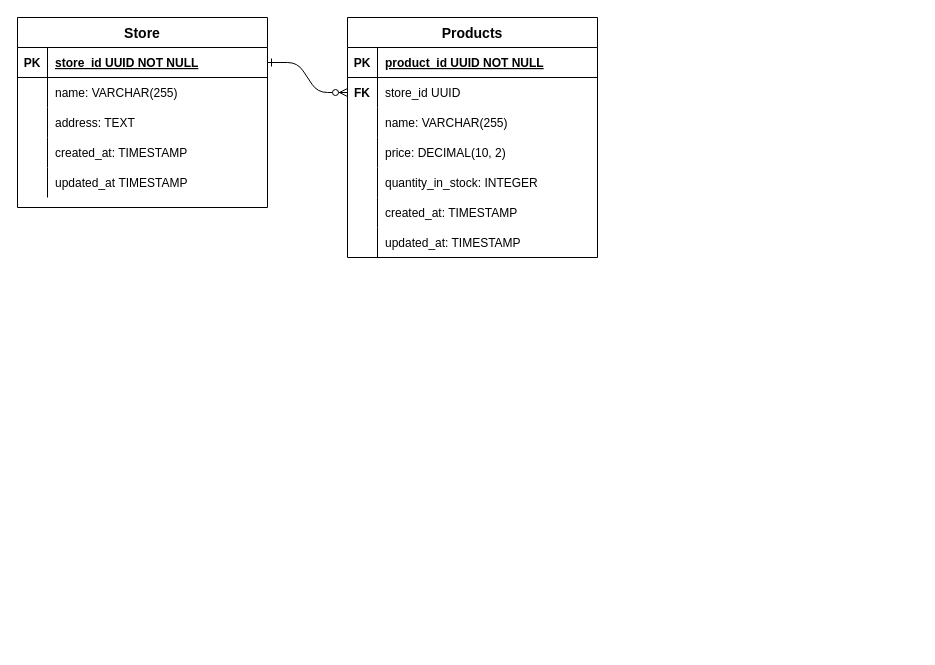
This is Quick Commerce platform Schema.drawio from geeky-sanjay/class-diagrams, a draw.io file, before an edit. Source tidied: cells renumbered, new cells numbered last; positions are measured from the earlier drawing's top-left corner, leaving out a move shared by most shapes. Both pictures are drawn from the tidied source at 100%, with x=0, y=0 at pixel (17, 17).
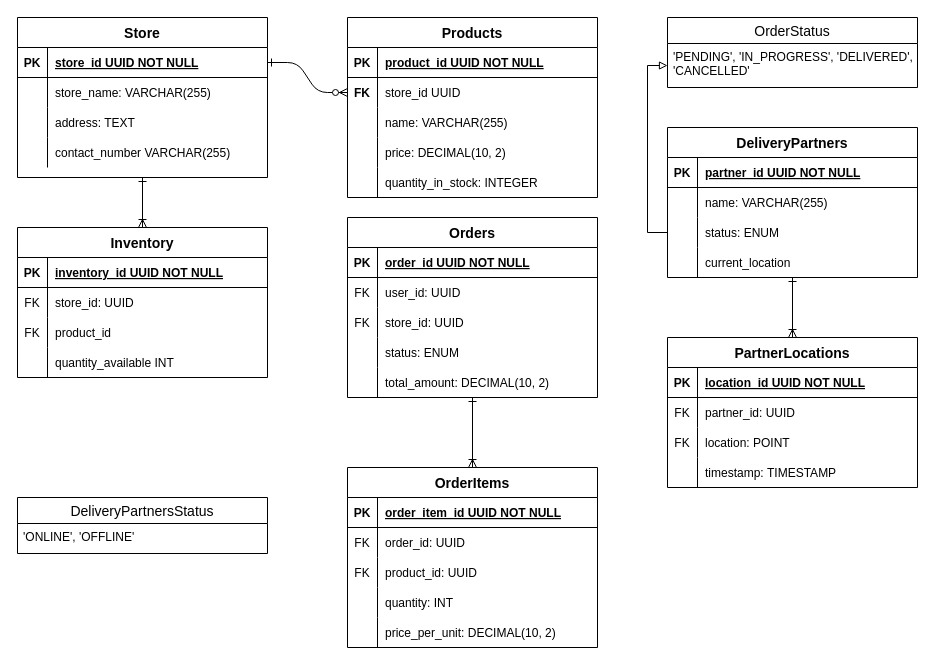
The same diagram, later.

The change refers to these unchanged cells:
```xml
<mxCell id="29" style="shape=partialRectangle;fillColor=none;top=0;left=0;right=0;bottom=0;" parent="25" vertex="1">
  <mxGeometry y="60" width="250" height="30" as="geometry" />
</mxCell>
<mxCell id="35" style="shape=partialRectangle;fillColor=none;top=0;left=0;right=0;bottom=0;" parent="25" vertex="1">
  <mxGeometry y="120" width="250" height="30" as="geometry" />
</mxCell>
```

The edit, as a diff of the source:
```diff
@@
     <mxCell id="3" value="Products " style="shape=table;startSize=30;childLayout=tableLayout;rowLines=0;fontStyle=1;align=center;fontSize=14;" parent="1" vertex="1">
-      <mxGeometry x="330" width="250" height="240" as="geometry" />
+      <mxGeometry x="330" width="250" height="180" as="geometry" />
     </mxCell>
@@
-    <mxCell id="19" style="shape=partialRectangle;fillColor=none;top=0;left=0;right=0;bottom=0;" parent="3" vertex="1">
-      <mxGeometry y="180" width="250" height="30" as="geometry" />
-    </mxCell>
-    <mxCell id="20" style="shape=partialRectangle;overflow=hidden;fillColor=none;top=0;left=0;bottom=0;right=0;" parent="19" vertex="1">
-      <mxGeometry width="30" height="30" as="geometry" />
-    </mxCell>
-    <mxCell id="21" value="created_at: TIMESTAMP" style="shape=partialRectangle;overflow=hidden;fillColor=none;top=0;left=0;bottom=0;right=0;align=left;spacingLeft=6;" parent="19" vertex="1">
-      <mxGeometry x="30" width="220" height="30" as="geometry" />
-    </mxCell>
-    <mxCell id="22" style="shape=partialRectangle;fillColor=none;top=0;left=0;right=0;bottom=0;" parent="3" vertex="1">
-      <mxGeometry y="210" width="250" height="30" as="geometry" />
-    </mxCell>
-    <mxCell id="23" style="shape=partialRectangle;overflow=hidden;fillColor=none;top=0;left=0;bottom=0;right=0;" parent="22" vertex="1">
-      <mxGeometry width="30" height="30" as="geometry" />
-    </mxCell>
-    <mxCell id="24" value="updated_at: TIMESTAMP" style="shape=partialRectangle;overflow=hidden;fillColor=none;top=0;left=0;bottom=0;right=0;align=left;spacingLeft=6;" parent="22" vertex="1">
-      <mxGeometry x="30" width="220" height="30" as="geometry" />
-    </mxCell>
+    <mxCell id="41" style="edgeStyle=orthogonalEdgeStyle;rounded=0;jettySize=auto;html=1;exitX=0.5;exitY=1;exitDx=0;exitDy=0;endArrow=ERoneToMany;endFill=0;startArrow=ERone;startFill=0;" parent="1" edge="1" source="25" target="106">
+      <mxGeometry relative="1" as="geometry" />
+    </mxCell>
     <mxCell id="25" value="Store" style="shape=table;startSize=30;childLayout=tableLayout;rowLines=0;fontStyle=1;align=center;fontSize=14;" parent="1" vertex="1">
-      <mxGeometry width="250" height="190" as="geometry" />
+      <mxGeometry width="250" height="160" as="geometry" />
     </mxCell>
@@
-    <mxCell id="31" value="name: VARCHAR(255)" style="shape=partialRectangle;overflow=hidden;fillColor=none;top=0;left=0;bottom=0;right=0;align=left;spacingLeft=6;" parent="29" vertex="1">
+    <mxCell id="31" value="store_name: VARCHAR(255)" style="shape=partialRectangle;overflow=hidden;fillColor=none;top=0;left=0;bottom=0;right=0;align=left;spacingLeft=6;" parent="29" vertex="1">
       <mxGeometry x="30" width="220" height="30" as="geometry" />
     </mxCell>
@@
-    <mxCell id="37" value="created_at: TIMESTAMP" style="shape=partialRectangle;overflow=hidden;fillColor=none;top=0;left=0;bottom=0;right=0;align=left;spacingLeft=6;" parent="35" vertex="1">
+    <mxCell id="37" value="contact_number VARCHAR(255)" style="shape=partialRectangle;overflow=hidden;fillColor=none;top=0;left=0;bottom=0;right=0;align=left;spacingLeft=6;" parent="35" vertex="1">
       <mxGeometry x="30" width="220" height="30" as="geometry" />
     </mxCell>
-    <mxCell id="38" style="shape=partialRectangle;fillColor=none;top=0;left=0;right=0;bottom=0;" parent="25" vertex="1">
-      <mxGeometry y="150" width="250" height="30" as="geometry" />
-    </mxCell>
-    <mxCell id="39" style="shape=partialRectangle;overflow=hidden;fillColor=none;top=0;left=0;bottom=0;right=0;" parent="38" vertex="1">
-      <mxGeometry width="30" height="30" as="geometry" />
-    </mxCell>
-    <mxCell id="40" value="updated_at TIMESTAMP" style="shape=partialRectangle;overflow=hidden;fillColor=none;top=0;left=0;bottom=0;right=0;align=left;spacingLeft=6;" parent="38" vertex="1">
-      <mxGeometry x="30" width="220" height="30" as="geometry" />
-    </mxCell>
+    <mxCell id="42" style="edgeStyle=orthogonalEdgeStyle;rounded=0;jettySize=auto;html=1;entryX=0.5;entryY=0;entryDx=0;entryDy=0;endArrow=ERoneToMany;endFill=0;startArrow=ERone;startFill=0;" parent="1" edge="1" source="43" target="93">
+      <mxGeometry relative="1" as="geometry" />
+    </mxCell>
+    <mxCell id="43" value="DeliveryPartners  " style="shape=table;startSize=30;childLayout=tableLayout;rowLines=0;fontStyle=1;align=center;fontSize=14;" parent="1" vertex="1">
+      <mxGeometry x="650" y="110" width="250" height="150" as="geometry" />
+    </mxCell>
+    <mxCell id="44" style="shape=partialRectangle;fillColor=none;top=0;left=0;right=0;bottom=1;" parent="43" vertex="1">
+      <mxGeometry y="30" width="250" height="30" as="geometry" />
+    </mxCell>
+    <mxCell id="45" value="PK" style="shape=partialRectangle;overflow=hidden;fillColor=none;top=0;left=0;bottom=0;right=0;fontStyle=1;" parent="44" vertex="1">
+      <mxGeometry width="30" height="30" as="geometry" />
+    </mxCell>
+    <mxCell id="46" value="partner_id UUID NOT NULL " style="shape=partialRectangle;overflow=hidden;fillColor=none;top=0;left=0;bottom=0;right=0;align=left;spacingLeft=6;fontStyle=5;" parent="44" vertex="1">
+      <mxGeometry x="30" width="220" height="30" as="geometry" />
+    </mxCell>
+    <mxCell id="47" style="shape=partialRectangle;fillColor=none;top=0;left=0;right=0;bottom=0;" parent="43" vertex="1">
+      <mxGeometry y="60" width="250" height="30" as="geometry" />
+    </mxCell>
+    <mxCell id="48" style="shape=partialRectangle;overflow=hidden;fillColor=none;top=0;left=0;bottom=0;right=0;" parent="47" vertex="1">
+      <mxGeometry width="30" height="30" as="geometry" />
+    </mxCell>
+    <mxCell id="49" value="name: VARCHAR(255)" style="shape=partialRectangle;overflow=hidden;fillColor=none;top=0;left=0;bottom=0;right=0;align=left;spacingLeft=6;" parent="47" vertex="1">
+      <mxGeometry x="30" width="220" height="30" as="geometry" />
+    </mxCell>
+    <mxCell id="50" style="shape=partialRectangle;fillColor=none;points=[[0,0.5],[1,0.5]];portConstraint=eastwest;top=0;left=0;right=0;bottom=0;" parent="43" vertex="1">
+      <mxGeometry y="90" width="250" height="30" as="geometry" />
+    </mxCell>
+    <mxCell id="51" style="shape=partialRectangle;overflow=hidden;fillColor=none;top=0;left=0;bottom=0;right=0;" parent="50" vertex="1">
+      <mxGeometry width="30" height="30" as="geometry" />
+    </mxCell>
+    <mxCell id="52" value="status: ENUM" style="shape=partialRectangle;overflow=hidden;fillColor=none;top=0;left=0;bottom=0;right=0;align=left;spacingLeft=6;" parent="50" vertex="1">
+      <mxGeometry x="30" width="220" height="30" as="geometry" />
+    </mxCell>
+    <mxCell id="53" style="shape=partialRectangle;fillColor=none;top=0;left=0;right=0;bottom=0;" parent="43" vertex="1">
+      <mxGeometry y="120" width="250" height="30" as="geometry" />
+    </mxCell>
+    <mxCell id="54" style="shape=partialRectangle;overflow=hidden;fillColor=none;top=0;left=0;bottom=0;right=0;" parent="53" vertex="1">
+      <mxGeometry width="30" height="30" as="geometry" />
+    </mxCell>
+    <mxCell id="55" value="current_location" style="shape=partialRectangle;overflow=hidden;fillColor=none;top=0;left=0;bottom=0;right=0;align=left;spacingLeft=6;" parent="53" vertex="1">
+      <mxGeometry x="30" width="220" height="30" as="geometry" />
+    </mxCell>
+    <mxCell id="56" value="DeliveryPartnersStatus" style="swimlane;fontStyle=0;horizontal=1;startSize=26;align=center;fontSize=14;" parent="1" vertex="1">
+      <mxGeometry y="480" width="250" height="56" as="geometry" />
+    </mxCell>
+    <mxCell id="57" value="'ONLINE', 'OFFLINE'" style="text;strokeColor=none;fillColor=none;spacingLeft=4;spacingRight=4;overflow=hidden;fontSize=12;whiteSpace=wrap;html=1;" parent="56" vertex="1">
+      <mxGeometry y="26" width="250" height="30" as="geometry" />
+    </mxCell>
+    <mxCell id="58" style="edgeStyle=orthogonalEdgeStyle;rounded=0;jettySize=auto;html=1;entryX=0.5;entryY=0;entryDx=0;entryDy=0;endArrow=ERoneToMany;endFill=0;startArrow=ERone;startFill=0;" parent="1" edge="1" source="59" target="77">
+      <mxGeometry relative="1" as="geometry" />
+    </mxCell>
+    <mxCell id="59" value="Orders   " style="shape=table;startSize=30;childLayout=tableLayout;rowLines=0;fontStyle=1;align=center;fontSize=14;" parent="1" vertex="1">
+      <mxGeometry x="330" y="200" width="250" height="180" as="geometry" />
+    </mxCell>
+    <mxCell id="60" style="shape=partialRectangle;fillColor=none;top=0;left=0;right=0;bottom=1;" parent="59" vertex="1">
+      <mxGeometry y="30" width="250" height="30" as="geometry" />
+    </mxCell>
+    <mxCell id="61" value="PK" style="shape=partialRectangle;overflow=hidden;fillColor=none;top=0;left=0;bottom=0;right=0;fontStyle=1;" parent="60" vertex="1">
+      <mxGeometry width="30" height="30" as="geometry" />
+    </mxCell>
+    <mxCell id="62" value="order_id UUID NOT NULL " style="shape=partialRectangle;overflow=hidden;fillColor=none;top=0;left=0;bottom=0;right=0;align=left;spacingLeft=6;fontStyle=5;" parent="60" vertex="1">
+      <mxGeometry x="30" width="220" height="30" as="geometry" />
+    </mxCell>
+    <mxCell id="63" style="shape=partialRectangle;fillColor=none;top=0;left=0;right=0;bottom=0;" parent="59" vertex="1">
+      <mxGeometry y="60" width="250" height="30" as="geometry" />
+    </mxCell>
+    <mxCell id="64" value="FK" style="shape=partialRectangle;overflow=hidden;fillColor=none;top=0;left=0;bottom=0;right=0;" parent="63" vertex="1">
+      <mxGeometry width="30" height="30" as="geometry" />
+    </mxCell>
+    <mxCell id="65" value="user_id: UUID" style="shape=partialRectangle;overflow=hidden;fillColor=none;top=0;left=0;bottom=0;right=0;align=left;spacingLeft=6;" parent="63" vertex="1">
+      <mxGeometry x="30" width="220" height="30" as="geometry" />
+    </mxCell>
+    <mxCell id="66" style="shape=partialRectangle;fillColor=none;top=0;left=0;right=0;bottom=0;" parent="59" vertex="1">
+      <mxGeometry y="90" width="250" height="30" as="geometry" />
+    </mxCell>
+    <mxCell id="67" value="FK" style="shape=partialRectangle;overflow=hidden;fillColor=none;top=0;left=0;bottom=0;right=0;" parent="66" vertex="1">
+      <mxGeometry width="30" height="30" as="geometry" />
+    </mxCell>
+    <mxCell id="68" value="store_id: UUID" style="shape=partialRectangle;overflow=hidden;fillColor=none;top=0;left=0;bottom=0;right=0;align=left;spacingLeft=6;" parent="66" vertex="1">
+      <mxGeometry x="30" width="220" height="30" as="geometry" />
+    </mxCell>
+    <mxCell id="69" style="shape=partialRectangle;fillColor=none;top=0;left=0;right=0;bottom=0;" parent="59" vertex="1">
+      <mxGeometry y="120" width="250" height="30" as="geometry" />
+    </mxCell>
+    <mxCell id="70" style="shape=partialRectangle;overflow=hidden;fillColor=none;top=0;left=0;bottom=0;right=0;" parent="69" vertex="1">
+      <mxGeometry width="30" height="30" as="geometry" />
+    </mxCell>
+    <mxCell id="71" value="status: ENUM" style="shape=partialRectangle;overflow=hidden;fillColor=none;top=0;left=0;bottom=0;right=0;align=left;spacingLeft=6;" parent="69" vertex="1">
+      <mxGeometry x="30" width="220" height="30" as="geometry" />
+    </mxCell>
+    <mxCell id="72" style="shape=partialRectangle;fillColor=none;top=0;left=0;right=0;bottom=0;" parent="59" vertex="1">
+      <mxGeometry y="150" width="250" height="30" as="geometry" />
+    </mxCell>
+    <mxCell id="73" style="shape=partialRectangle;overflow=hidden;fillColor=none;top=0;left=0;bottom=0;right=0;" parent="72" vertex="1">
+      <mxGeometry width="30" height="30" as="geometry" />
+    </mxCell>
+    <mxCell id="74" value="total_amount: DECIMAL(10, 2)" style="shape=partialRectangle;overflow=hidden;fillColor=none;top=0;left=0;bottom=0;right=0;align=left;spacingLeft=6;" parent="72" vertex="1">
+      <mxGeometry x="30" width="220" height="30" as="geometry" />
+    </mxCell>
+    <mxCell id="75" value="OrderStatus" style="swimlane;fontStyle=0;horizontal=1;startSize=26;align=center;fontSize=14;" parent="1" vertex="1">
+      <mxGeometry x="650" width="250" height="70" as="geometry" />
+    </mxCell>
+    <mxCell id="76" value="'PENDING', 'IN_PROGRESS', 'DELIVERED', 'CANCELLED'" style="text;strokeColor=none;fillColor=none;spacingLeft=4;spacingRight=4;overflow=hidden;points=[[0,0.5],[1,0.5]];portConstraint=eastwest;fontSize=12;whiteSpace=wrap;html=1;" parent="75" vertex="1">
+      <mxGeometry y="26" width="250" height="44" as="geometry" />
+    </mxCell>
+    <mxCell id="77" value="OrderItems    " style="shape=table;startSize=30;childLayout=tableLayout;rowLines=0;fontStyle=1;align=center;fontSize=14;" parent="1" vertex="1">
+      <mxGeometry x="330" y="450" width="250" height="180" as="geometry" />
+    </mxCell>
+    <mxCell id="78" style="shape=partialRectangle;fillColor=none;top=0;left=0;right=0;bottom=1;" parent="77" vertex="1">
+      <mxGeometry y="30" width="250" height="30" as="geometry" />
+    </mxCell>
+    <mxCell id="79" value="PK" style="shape=partialRectangle;overflow=hidden;fillColor=none;top=0;left=0;bottom=0;right=0;fontStyle=1;" parent="78" vertex="1">
+      <mxGeometry width="30" height="30" as="geometry" />
+    </mxCell>
+    <mxCell id="80" value="order_item_id UUID NOT NULL " style="shape=partialRectangle;overflow=hidden;fillColor=none;top=0;left=0;bottom=0;right=0;align=left;spacingLeft=6;fontStyle=5;" parent="78" vertex="1">
+      <mxGeometry x="30" width="220" height="30" as="geometry" />
+    </mxCell>
+    <mxCell id="81" style="shape=partialRectangle;fillColor=none;top=0;left=0;right=0;bottom=0;" parent="77" vertex="1">
+      <mxGeometry y="60" width="250" height="30" as="geometry" />
+    </mxCell>
+    <mxCell id="82" value="FK" style="shape=partialRectangle;overflow=hidden;fillColor=none;top=0;left=0;bottom=0;right=0;" parent="81" vertex="1">
+      <mxGeometry width="30" height="30" as="geometry" />
+    </mxCell>
+    <mxCell id="83" value="order_id: UUID" style="shape=partialRectangle;overflow=hidden;fillColor=none;top=0;left=0;bottom=0;right=0;align=left;spacingLeft=6;" parent="81" vertex="1">
+      <mxGeometry x="30" width="220" height="30" as="geometry" />
+    </mxCell>
+    <mxCell id="84" style="shape=partialRectangle;fillColor=none;top=0;left=0;right=0;bottom=0;" parent="77" vertex="1">
+      <mxGeometry y="90" width="250" height="30" as="geometry" />
+    </mxCell>
+    <mxCell id="85" value="FK" style="shape=partialRectangle;overflow=hidden;fillColor=none;top=0;left=0;bottom=0;right=0;" parent="84" vertex="1">
+      <mxGeometry width="30" height="30" as="geometry" />
+    </mxCell>
+    <mxCell id="86" value="product_id: UUID" style="shape=partialRectangle;overflow=hidden;fillColor=none;top=0;left=0;bottom=0;right=0;align=left;spacingLeft=6;" parent="84" vertex="1">
+      <mxGeometry x="30" width="220" height="30" as="geometry" />
+    </mxCell>
+    <mxCell id="87" style="shape=partialRectangle;fillColor=none;top=0;left=0;right=0;bottom=0;" parent="77" vertex="1">
+      <mxGeometry y="120" width="250" height="30" as="geometry" />
+    </mxCell>
+    <mxCell id="88" style="shape=partialRectangle;overflow=hidden;fillColor=none;top=0;left=0;bottom=0;right=0;" parent="87" vertex="1">
+      <mxGeometry width="30" height="30" as="geometry" />
+    </mxCell>
+    <mxCell id="89" value="quantity: INT" style="shape=partialRectangle;overflow=hidden;fillColor=none;top=0;left=0;bottom=0;right=0;align=left;spacingLeft=6;" parent="87" vertex="1">
+      <mxGeometry x="30" width="220" height="30" as="geometry" />
+    </mxCell>
+    <mxCell id="90" style="shape=partialRectangle;fillColor=none;top=0;left=0;right=0;bottom=0;" parent="77" vertex="1">
+      <mxGeometry y="150" width="250" height="30" as="geometry" />
+    </mxCell>
+    <mxCell id="91" style="shape=partialRectangle;overflow=hidden;fillColor=none;top=0;left=0;bottom=0;right=0;" parent="90" vertex="1">
+      <mxGeometry width="30" height="30" as="geometry" />
+    </mxCell>
+    <mxCell id="92" value="price_per_unit: DECIMAL(10, 2)" style="shape=partialRectangle;overflow=hidden;fillColor=none;top=0;left=0;bottom=0;right=0;align=left;spacingLeft=6;" parent="90" vertex="1">
+      <mxGeometry x="30" width="220" height="30" as="geometry" />
+    </mxCell>
+    <mxCell id="93" value="PartnerLocations    " style="shape=table;startSize=30;childLayout=tableLayout;rowLines=0;fontStyle=1;align=center;fontSize=14;" parent="1" vertex="1">
+      <mxGeometry x="650" y="320" width="250" height="150" as="geometry" />
+    </mxCell>
+    <mxCell id="94" style="shape=partialRectangle;fillColor=none;top=0;left=0;right=0;bottom=1;" parent="93" vertex="1">
+      <mxGeometry y="30" width="250" height="30" as="geometry" />
+    </mxCell>
+    <mxCell id="95" value="PK" style="shape=partialRectangle;overflow=hidden;fillColor=none;top=0;left=0;bottom=0;right=0;fontStyle=1;" parent="94" vertex="1">
+      <mxGeometry width="30" height="30" as="geometry" />
+    </mxCell>
+    <mxCell id="96" value="location_id UUID NOT NULL " style="shape=partialRectangle;overflow=hidden;fillColor=none;top=0;left=0;bottom=0;right=0;align=left;spacingLeft=6;fontStyle=5;" parent="94" vertex="1">
+      <mxGeometry x="30" width="220" height="30" as="geometry" />
+    </mxCell>
+    <mxCell id="97" style="shape=partialRectangle;fillColor=none;top=0;left=0;right=0;bottom=0;" parent="93" vertex="1">
+      <mxGeometry y="60" width="250" height="30" as="geometry" />
+    </mxCell>
+    <mxCell id="98" value="FK" style="shape=partialRectangle;overflow=hidden;fillColor=none;top=0;left=0;bottom=0;right=0;" parent="97" vertex="1">
+      <mxGeometry width="30" height="30" as="geometry" />
+    </mxCell>
+    <mxCell id="99" value="partner_id: UUID" style="shape=partialRectangle;overflow=hidden;fillColor=none;top=0;left=0;bottom=0;right=0;align=left;spacingLeft=6;" parent="97" vertex="1">
+      <mxGeometry x="30" width="220" height="30" as="geometry" />
+    </mxCell>
+    <mxCell id="100" style="shape=partialRectangle;fillColor=none;top=0;left=0;right=0;bottom=0;" parent="93" vertex="1">
+      <mxGeometry y="90" width="250" height="30" as="geometry" />
+    </mxCell>
+    <mxCell id="101" value="FK" style="shape=partialRectangle;overflow=hidden;fillColor=none;top=0;left=0;bottom=0;right=0;" parent="100" vertex="1">
+      <mxGeometry width="30" height="30" as="geometry" />
+    </mxCell>
+    <mxCell id="102" value="location: POINT" style="shape=partialRectangle;overflow=hidden;fillColor=none;top=0;left=0;bottom=0;right=0;align=left;spacingLeft=6;" parent="100" vertex="1">
+      <mxGeometry x="30" width="220" height="30" as="geometry" />
+    </mxCell>
+    <mxCell id="103" style="shape=partialRectangle;fillColor=none;top=0;left=0;right=0;bottom=0;" parent="93" vertex="1">
+      <mxGeometry y="120" width="250" height="30" as="geometry" />
+    </mxCell>
+    <mxCell id="104" style="shape=partialRectangle;overflow=hidden;fillColor=none;top=0;left=0;bottom=0;right=0;" parent="103" vertex="1">
+      <mxGeometry width="30" height="30" as="geometry" />
+    </mxCell>
+    <mxCell id="105" value="timestamp: TIMESTAMP" style="shape=partialRectangle;overflow=hidden;fillColor=none;top=0;left=0;bottom=0;right=0;align=left;spacingLeft=6;" parent="103" vertex="1">
+      <mxGeometry x="30" width="220" height="30" as="geometry" />
+    </mxCell>
+    <mxCell id="106" value="Inventory    " style="shape=table;startSize=30;childLayout=tableLayout;rowLines=0;fontStyle=1;align=center;fontSize=14;" parent="1" vertex="1">
+      <mxGeometry y="210" width="250" height="150" as="geometry" />
+    </mxCell>
+    <mxCell id="107" style="shape=partialRectangle;fillColor=none;top=0;left=0;right=0;bottom=1;" parent="106" vertex="1">
+      <mxGeometry y="30" width="250" height="30" as="geometry" />
+    </mxCell>
+    <mxCell id="108" value="PK" style="shape=partialRectangle;overflow=hidden;fillColor=none;top=0;left=0;bottom=0;right=0;fontStyle=1;" parent="107" vertex="1">
+      <mxGeometry width="30" height="30" as="geometry" />
+    </mxCell>
+    <mxCell id="109" value="inventory_id UUID NOT NULL " style="shape=partialRectangle;overflow=hidden;fillColor=none;top=0;left=0;bottom=0;right=0;align=left;spacingLeft=6;fontStyle=5;" parent="107" vertex="1">
+      <mxGeometry x="30" width="220" height="30" as="geometry" />
+    </mxCell>
+    <mxCell id="110" style="shape=partialRectangle;fillColor=none;top=0;left=0;right=0;bottom=0;" parent="106" vertex="1">
+      <mxGeometry y="60" width="250" height="30" as="geometry" />
+    </mxCell>
+    <mxCell id="111" value="FK" style="shape=partialRectangle;overflow=hidden;fillColor=none;top=0;left=0;bottom=0;right=0;" parent="110" vertex="1">
+      <mxGeometry width="30" height="30" as="geometry" />
+    </mxCell>
+    <mxCell id="112" value="store_id: UUID" style="shape=partialRectangle;overflow=hidden;fillColor=none;top=0;left=0;bottom=0;right=0;align=left;spacingLeft=6;" parent="110" vertex="1">
+      <mxGeometry x="30" width="220" height="30" as="geometry" />
+    </mxCell>
+    <mxCell id="113" style="shape=partialRectangle;fillColor=none;top=0;left=0;right=0;bottom=0;" parent="106" vertex="1">
+      <mxGeometry y="90" width="250" height="30" as="geometry" />
+    </mxCell>
+    <mxCell id="114" value="FK" style="shape=partialRectangle;overflow=hidden;fillColor=none;top=0;left=0;bottom=0;right=0;" parent="113" vertex="1">
+      <mxGeometry width="30" height="30" as="geometry" />
+    </mxCell>
+    <mxCell id="115" value="product_id" style="shape=partialRectangle;overflow=hidden;fillColor=none;top=0;left=0;bottom=0;right=0;align=left;spacingLeft=6;" parent="113" vertex="1">
+      <mxGeometry x="30" width="220" height="30" as="geometry" />
+    </mxCell>
+    <mxCell id="116" style="shape=partialRectangle;fillColor=none;top=0;left=0;right=0;bottom=0;" parent="106" vertex="1">
+      <mxGeometry y="120" width="250" height="30" as="geometry" />
+    </mxCell>
+    <mxCell id="117" style="shape=partialRectangle;overflow=hidden;fillColor=none;top=0;left=0;bottom=0;right=0;" parent="116" vertex="1">
+      <mxGeometry width="30" height="30" as="geometry" />
+    </mxCell>
+    <mxCell id="118" value="quantity_available INT" style="shape=partialRectangle;overflow=hidden;fillColor=none;top=0;left=0;bottom=0;right=0;align=left;spacingLeft=6;" parent="116" vertex="1">
+      <mxGeometry x="30" width="220" height="30" as="geometry" />
+    </mxCell>
+    <mxCell id="119" style="edgeStyle=orthogonalEdgeStyle;rounded=0;jettySize=auto;html=1;exitX=0;exitY=0.5;exitDx=0;exitDy=0;entryX=0;entryY=0.5;entryDx=0;entryDy=0;endArrow=none;endFill=0;startArrow=block;startFill=0;" parent="1" edge="1" source="76" target="50">
+      <mxGeometry relative="1" as="geometry" />
+    </mxCell>
```
